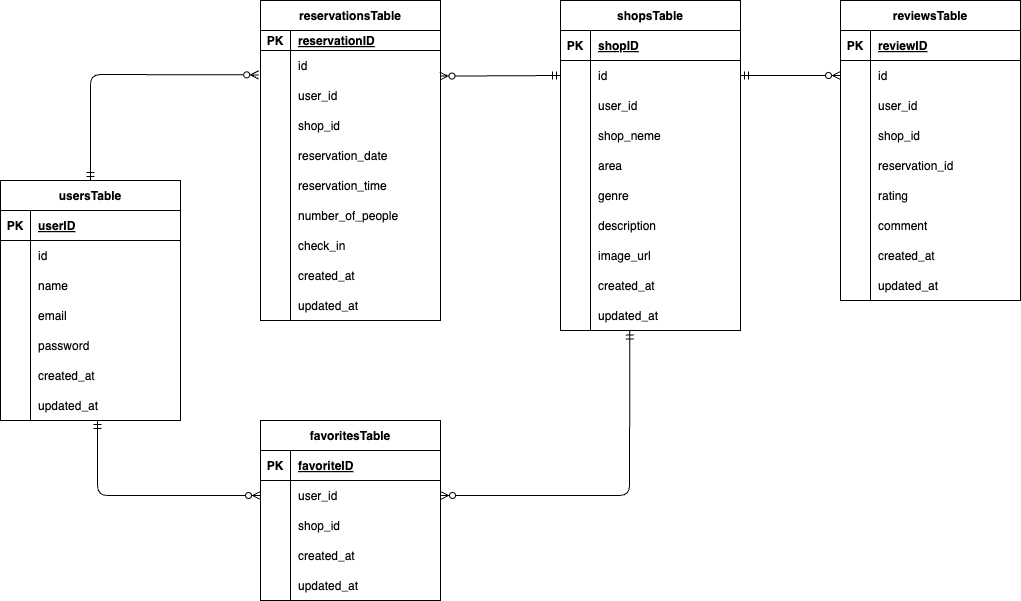
Earlier version of the draw.io export src/.drawio.png (uchi-a000/ReservationSystem). Source tidied: cells renumbered, new cells last; positions are measured from the earlier drawing's top-left corner, leaving out a move shared by most shapes.
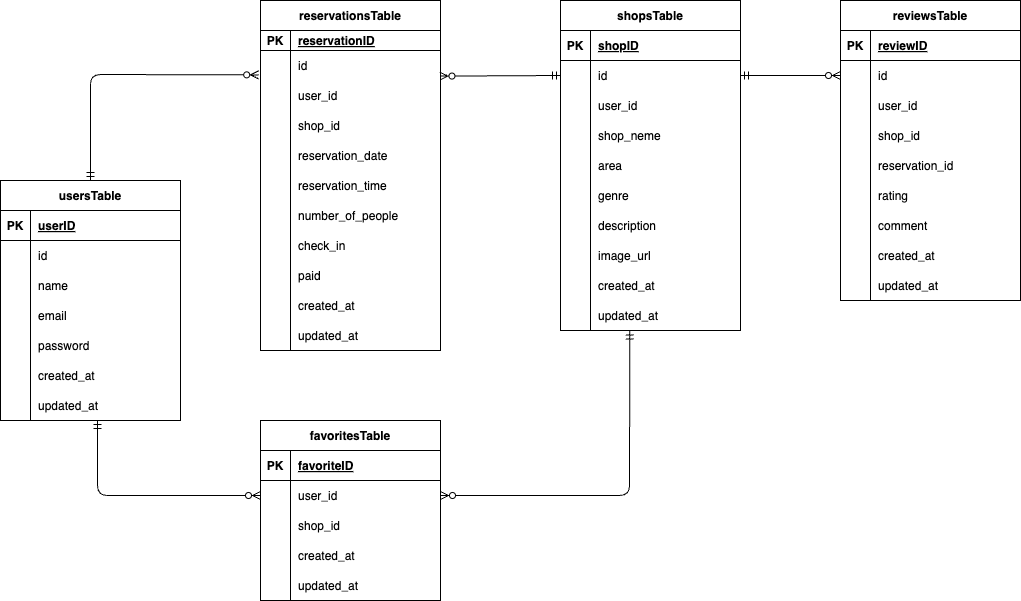
After the commit.

Commit message:
ER図追記修正

Diff of the diagram source:
```diff
@@ -162,7 +162,7 @@
       <mxGeometry x="30" width="150" height="30" as="geometry" />
     </mxCell>
     <mxCell id="55" value="reservationsTable" style="shape=table;startSize=30;rowLines=0;fontStyle=1;align=center;" parent="1" vertex="1">
-      <mxGeometry x="260" width="180" height="320" as="geometry" />
+      <mxGeometry x="260" width="180" height="350" as="geometry" />
     </mxCell>
     <mxCell id="56" style="shape=tableRow;horizontal=0;startSize=0;swimlaneHead=0;swimlaneBody=0;fillColor=none;top=0;left=0;right=0;bottom=1;" parent="55" vertex="1">
       <mxGeometry y="30" width="180" height="20" as="geometry" />
@@ -236,8 +236,17 @@
     <mxCell id="79" value="check_in" style="shape=partialRectangle;fillColor=none;top=0;left=0;bottom=0;right=0;align=left;spacingLeft=6;overflow=hidden;" parent="77" vertex="1">
       <mxGeometry x="30" width="150" height="30" as="geometry" />
     </mxCell>
+    <mxCell id="135" style="shape=tableRow;horizontal=0;startSize=0;swimlaneHead=0;swimlaneBody=0;fillColor=none;top=0;left=0;right=0;bottom=0;" parent="55" vertex="1">
+      <mxGeometry y="260" width="180" height="30" as="geometry" />
+    </mxCell>
+    <mxCell id="136" style="shape=partialRectangle;fillColor=none;top=0;left=0;bottom=0;right=0;overflow=hidden;" parent="135" vertex="1">
+      <mxGeometry width="30" height="30" as="geometry" />
+    </mxCell>
+    <mxCell id="137" value="paid" style="shape=partialRectangle;fillColor=none;top=0;left=0;bottom=0;right=0;align=left;spacingLeft=6;overflow=hidden;" parent="135" vertex="1">
+      <mxGeometry x="30" width="150" height="30" as="geometry" />
+    </mxCell>
     <mxCell id="80" style="shape=tableRow;horizontal=0;startSize=0;swimlaneHead=0;swimlaneBody=0;fillColor=none;top=0;left=0;right=0;bottom=0;" parent="55" vertex="1">
-      <mxGeometry y="260" width="180" height="30" as="geometry" />
+      <mxGeometry y="290" width="180" height="30" as="geometry" />
     </mxCell>
     <mxCell id="81" style="shape=partialRectangle;fillColor=none;top=0;left=0;bottom=0;right=0;overflow=hidden;" parent="80" vertex="1">
       <mxGeometry width="30" height="30" as="geometry" />
@@ -246,7 +255,7 @@
       <mxGeometry x="30" width="150" height="30" as="geometry" />
     </mxCell>
     <mxCell id="83" style="shape=tableRow;horizontal=0;startSize=0;swimlaneHead=0;swimlaneBody=0;fillColor=none;top=0;left=0;right=0;bottom=0;" parent="55" vertex="1">
-      <mxGeometry y="290" width="180" height="30" as="geometry" />
+      <mxGeometry y="320" width="180" height="30" as="geometry" />
     </mxCell>
     <mxCell id="84" style="shape=partialRectangle;fillColor=none;top=0;left=0;bottom=0;right=0;overflow=hidden;" parent="83" vertex="1">
       <mxGeometry width="30" height="30" as="geometry" />
```
